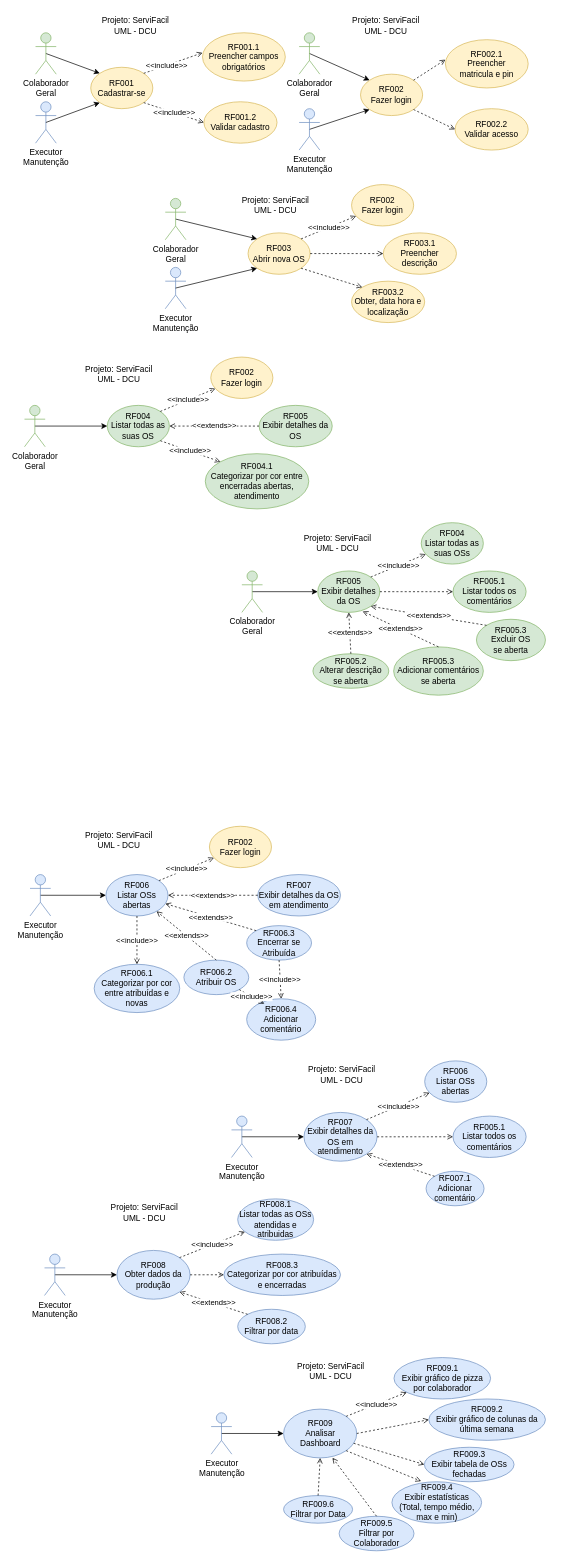
The draw.io diagram docs/projeto/uml-dcu.drawio in wellifabio/projetofullexemplo, before the edit. Source tidied: cells renumbered, new cells numbered last; positions are measured from the earlier drawing's top-left corner, leaving out a move shared by most shapes. Both pictures are drawn from the tidied source at 69%, with x=0, y=0 at pixel (24, 12).
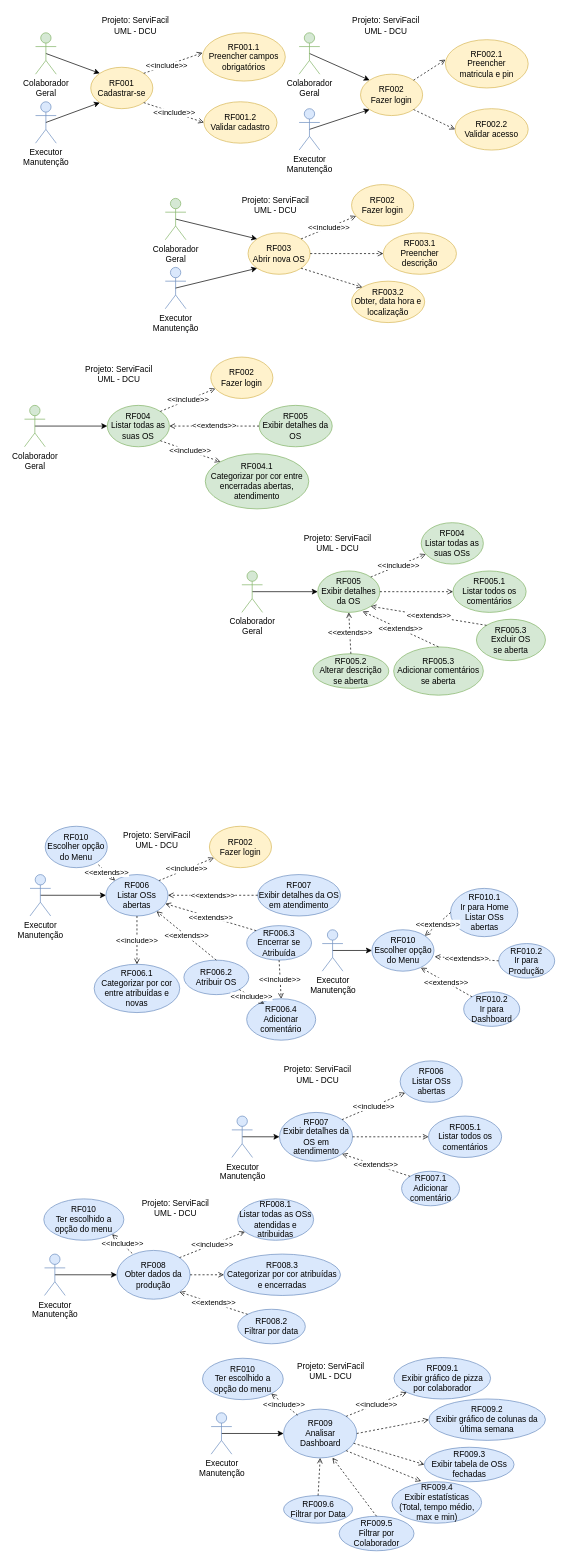
Above is the later version.

The change refers to these unchanged cells:
```xml
<mxCell id="64" value="&lt;div&gt;RF006&lt;/div&gt;&lt;div&gt;Listar&lt;span style=&quot;background-color: initial;&quot;&gt;&amp;nbsp;OSs abertas&lt;/span&gt;&lt;/div&gt;" style="ellipse;whiteSpace=wrap;html=1;fillColor=#dae8fc;strokeColor=#6c8ebf;" parent="1" vertex="1">
  <mxGeometry x="118" y="1250" width="90" height="60" as="geometry" />
</mxCell>
<mxCell id="80" value="&lt;div&gt;RF008&lt;/div&gt;&lt;div&gt;Obter dados da produção&lt;/div&gt;" style="ellipse;whiteSpace=wrap;html=1;fillColor=#dae8fc;strokeColor=#6c8ebf;" parent="1" vertex="1">
  <mxGeometry x="134" y="1794.7" width="106" height="70.7" as="geometry" />
</mxCell>
<mxCell id="89" value="&lt;div&gt;RF009&lt;/div&gt;&lt;div&gt;Analisar Dashboard&lt;/div&gt;" style="ellipse;whiteSpace=wrap;html=1;fillColor=#dae8fc;strokeColor=#6c8ebf;" parent="1" vertex="1">
  <mxGeometry x="375.5" y="2024.7" width="106" height="70.7" as="geometry" />
</mxCell>
```

What changed in the source:
```diff
@@
     <mxCell id="52" value="&lt;div&gt;RF007&lt;/div&gt;&lt;div&gt;Exibir detalhes da OS em atendimento&lt;br&gt;&lt;/div&gt;" style="ellipse;whiteSpace=wrap;html=1;fillColor=#dae8fc;strokeColor=#6c8ebf;" parent="1" vertex="1">
-      <mxGeometry x="405" y="1594.7" width="106" height="70.7" as="geometry" />
+      <mxGeometry x="369.5" y="1594.7" width="106" height="70.7" as="geometry" />
     </mxCell>
     <mxCell id="53" value="&lt;div&gt;RF005.1&lt;/div&gt;&lt;div&gt;Listar todos os comentários&lt;/div&gt;" style="ellipse;whiteSpace=wrap;html=1;fillColor=#dae8fc;strokeColor=#6c8ebf;" parent="1" vertex="1">
-      <mxGeometry x="621" y="1600" width="106" height="60" as="geometry" />
+      <mxGeometry x="585.5" y="1600" width="106" height="60" as="geometry" />
     </mxCell>
@@
     <mxCell id="57" value="&lt;div&gt;RF006&lt;/div&gt;Listar OSs abertas" style="ellipse;whiteSpace=wrap;html=1;fillColor=#dae8fc;strokeColor=#6c8ebf;" parent="1" vertex="1">
-      <mxGeometry x="580" y="1520" width="90" height="60" as="geometry" />
+      <mxGeometry x="544.5" y="1520" width="90" height="60" as="geometry" />
     </mxCell>
     <mxCell id="58" value="&lt;div&gt;RF007.1&lt;/div&gt;&lt;div&gt;Adicionar comentário&lt;/div&gt;" style="ellipse;whiteSpace=wrap;html=1;fillColor=#dae8fc;strokeColor=#6c8ebf;" parent="1" vertex="1">
-      <mxGeometry x="582" y="1680" width="84" height="50" as="geometry" />
+      <mxGeometry x="546.5" y="1680" width="84" height="50" as="geometry" />
     </mxCell>
@@
     <mxCell id="61" value="Executor&lt;div&gt;Manutenção&lt;/div&gt;" style="shape=umlActor;verticalLabelPosition=bottom;verticalAlign=top;html=1;fillColor=#dae8fc;strokeColor=#6c8ebf;" parent="1" vertex="1">
-      <mxGeometry x="300" y="1600" width="30" height="60" as="geometry" />
+      <mxGeometry x="300.5" y="1600" width="30" height="60" as="geometry" />
     </mxCell>
@@
     <mxCell id="108" value="Projeto: ServiFacil&lt;div&gt;UML - DCU&lt;/div&gt;" style="text;html=1;align=center;verticalAlign=middle;whiteSpace=wrap;rounded=0;" parent="1" vertex="1">
-      <mxGeometry x="59" y="1180" width="156" height="40" as="geometry" />
+      <mxGeometry x="114" y="1180" width="156" height="40" as="geometry" />
     </mxCell>
     <mxCell id="109" value="Projeto: ServiFacil&lt;div&gt;UML - DCU&lt;/div&gt;" style="text;html=1;align=center;verticalAlign=middle;whiteSpace=wrap;rounded=0;" parent="1" vertex="1">
-      <mxGeometry x="382" y="1520" width="156" height="40" as="geometry" />
+      <mxGeometry x="346.5" y="1520" width="156" height="40" as="geometry" />
     </mxCell>
     <mxCell id="110" value="Projeto: ServiFacil&lt;div&gt;UML - DCU&lt;/div&gt;" style="text;html=1;align=center;verticalAlign=middle;whiteSpace=wrap;rounded=0;" parent="1" vertex="1">
-      <mxGeometry x="96" y="1720" width="156" height="40" as="geometry" />
+      <mxGeometry x="141" y="1714" width="156" height="40" as="geometry" />
     </mxCell>
@@
+    <mxCell id="112" value="&lt;div&gt;RF010&lt;/div&gt;&lt;div&gt;Escolher opção do Menu&lt;/div&gt;" style="ellipse;whiteSpace=wrap;html=1;fillColor=#dae8fc;strokeColor=#6c8ebf;" parent="1" vertex="1">
+      <mxGeometry x="503.5" y="1330" width="90" height="60" as="geometry" />
+    </mxCell>
+    <mxCell id="113" style="edgeStyle=orthogonalEdgeStyle;rounded=0;jettySize=auto;html=1;exitX=0.5;exitY=0.5;exitDx=0;exitDy=0;exitPerimeter=0;" parent="1" edge="1" source="114" target="112">
+      <mxGeometry relative="1" as="geometry" />
+    </mxCell>
+    <mxCell id="114" value="Executor&lt;div&gt;Manutenção&lt;/div&gt;" style="shape=umlActor;verticalLabelPosition=bottom;verticalAlign=top;html=1;fillColor=#dae8fc;strokeColor=#6c8ebf;" parent="1" vertex="1">
+      <mxGeometry x="431.5" y="1330" width="30" height="60" as="geometry" />
+    </mxCell>
+    <mxCell id="115" value="&lt;div&gt;RF010.1&lt;/div&gt;&lt;div&gt;Ir para Home&lt;/div&gt;&lt;div&gt;Listar OSs abertas&lt;/div&gt;" style="ellipse;whiteSpace=wrap;html=1;fillColor=#dae8fc;strokeColor=#6c8ebf;" parent="1" vertex="1">
+      <mxGeometry x="617.5" y="1270" width="97.5" height="70" as="geometry" />
+    </mxCell>
+    <mxCell id="116" value="&amp;lt;&amp;lt;extends&amp;gt;&amp;gt;" style="rounded=0;jettySize=auto;html=1;entryX=1;entryY=0;entryDx=0;entryDy=0;endArrow=open;endFill=0;dashed=1;exitX=0;exitY=0.5;exitDx=0;exitDy=0;" parent="1" edge="1" source="115" target="112">
+      <mxGeometry relative="1" as="geometry" />
+    </mxCell>
+    <mxCell id="117" value="&lt;div&gt;RF010.2&lt;/div&gt;&lt;div&gt;Ir para&lt;/div&gt;&lt;div&gt;Produção&lt;/div&gt;" style="ellipse;whiteSpace=wrap;html=1;fillColor=#dae8fc;strokeColor=#6c8ebf;" parent="1" vertex="1">
+      <mxGeometry x="687.2" y="1350" width="81.2" height="50" as="geometry" />
+    </mxCell>
+    <mxCell id="118" value="&lt;div&gt;RF010.2&lt;/div&gt;&lt;div&gt;Ir para&lt;/div&gt;&lt;div&gt;Dashboard&lt;/div&gt;" style="ellipse;whiteSpace=wrap;html=1;fillColor=#dae8fc;strokeColor=#6c8ebf;" parent="1" vertex="1">
+      <mxGeometry x="636.5" y="1420" width="81.2" height="50" as="geometry" />
+    </mxCell>
+    <mxCell id="119" value="&amp;lt;&amp;lt;extends&amp;gt;&amp;gt;" style="rounded=0;jettySize=auto;html=1;entryX=1.011;entryY=0.65;entryDx=0;entryDy=0;endArrow=open;endFill=0;dashed=1;exitX=0;exitY=0.5;exitDx=0;exitDy=0;entryPerimeter=0;" parent="1" edge="1" source="117" target="112">
+      <mxGeometry relative="1" as="geometry" />
+    </mxCell>
+    <mxCell id="120" value="&amp;lt;&amp;lt;extends&amp;gt;&amp;gt;" style="rounded=0;jettySize=auto;html=1;entryX=0.789;entryY=0.917;entryDx=0;entryDy=0;endArrow=open;endFill=0;dashed=1;exitX=0;exitY=0;exitDx=0;exitDy=0;entryPerimeter=0;" parent="1" edge="1" source="118" target="112">
+      <mxGeometry relative="1" as="geometry" />
+    </mxCell>
+    <mxCell id="121" value="&lt;div&gt;RF010&lt;/div&gt;&lt;div&gt;Ter escolhido a opção do menu&lt;/div&gt;" style="ellipse;whiteSpace=wrap;html=1;fillColor=#dae8fc;strokeColor=#6c8ebf;" parent="1" vertex="1">
+      <mxGeometry x="28" y="1720" width="116" height="60" as="geometry" />
+    </mxCell>
+    <mxCell id="122" value="&amp;lt;&amp;lt;include&amp;gt;&amp;gt;" style="rounded=0;jettySize=auto;html=1;exitX=0.208;exitY=0.061;exitDx=0;exitDy=0;endArrow=open;endFill=0;dashed=1;entryX=1;entryY=1;entryDx=0;entryDy=0;exitPerimeter=0;" parent="1" edge="1" source="80" target="121">
+      <mxGeometry relative="1" as="geometry" />
+    </mxCell>
+    <mxCell id="123" value="&lt;div&gt;RF010&lt;/div&gt;&lt;div&gt;Escolher opção do Menu&lt;/div&gt;" style="ellipse;whiteSpace=wrap;html=1;fillColor=#dae8fc;strokeColor=#6c8ebf;" parent="1" vertex="1">
+      <mxGeometry x="30" y="1180" width="90" height="60" as="geometry" />
+    </mxCell>
+    <mxCell id="124" value="&amp;lt;&amp;lt;extends&amp;gt;&amp;gt;" style="rounded=0;jettySize=auto;html=1;entryX=0;entryY=0;entryDx=0;entryDy=0;endArrow=open;endFill=0;dashed=1;exitX=0.856;exitY=0.929;exitDx=0;exitDy=0;exitPerimeter=0;" parent="1" edge="1" source="123" target="64">
+      <mxGeometry relative="1" as="geometry" />
+    </mxCell>
+    <mxCell id="125" value="&lt;div&gt;RF010&lt;/div&gt;&lt;div&gt;Ter escolhido a opção do menu&lt;/div&gt;" style="ellipse;whiteSpace=wrap;html=1;fillColor=#dae8fc;strokeColor=#6c8ebf;" parent="1" vertex="1">
+      <mxGeometry x="258" y="1951" width="117" height="60" as="geometry" />
+    </mxCell>
+    <mxCell id="126" value="&amp;lt;&amp;lt;include&amp;gt;&amp;gt;" style="rounded=0;jettySize=auto;html=1;exitX=0.192;exitY=0.124;exitDx=0;exitDy=0;endArrow=open;endFill=0;dashed=1;entryX=1;entryY=1;entryDx=0;entryDy=0;exitPerimeter=0;" parent="1" edge="1" source="89" target="125">
+      <mxGeometry relative="1" as="geometry" />
+    </mxCell>
```
